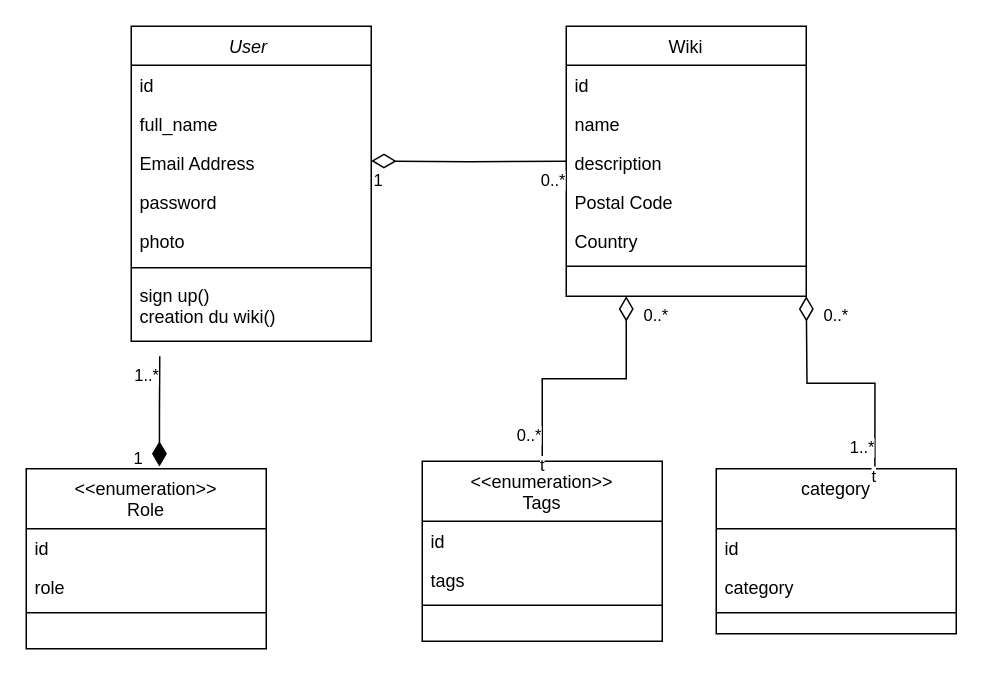
elouissi/gestion-des-wikis keeps this draw.io diagram as UML/Diagramme sans nom.drawio. Above is the earlier version. Source tidied: cells renumbered, new cells numbered last; positions are measured from the earlier drawing's top-left corner, leaving out a move shared by most shapes. Both pictures are drawn from the tidied source at 150%, with x=0, y=0 at pixel (26, 26).
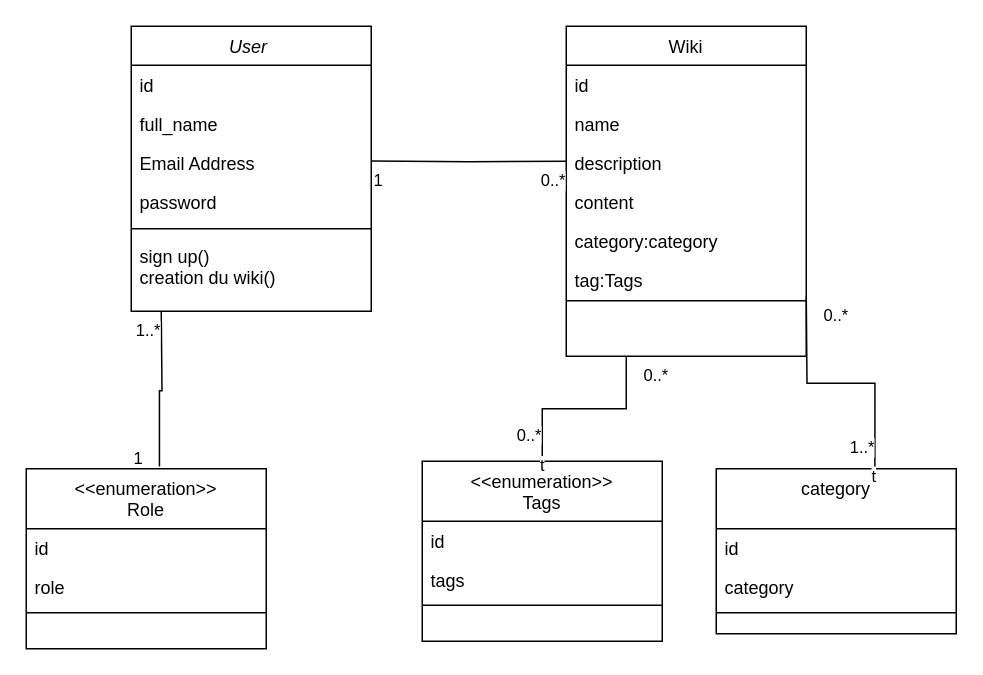
The same diagram, later.

Unchanged cells that the change refers to:
```xml
<mxCell id="10" value="&lt;&lt;enumeration&gt;&gt;&#10;Role" style="swimlane;fontStyle=0;align=center;verticalAlign=top;horizontal=1;startSize=40;rounded=0;shadow=0;strokeWidth=1;" parent="1" vertex="1">
  <mxGeometry y="295" width="160" height="120" as="geometry" />
</mxCell>
<mxCell id="21" value="&lt;&lt;enumeration&gt;&gt;&#10;Tags" style="swimlane;fontStyle=0;align=center;verticalAlign=top;horizontal=1;startSize=40;rounded=0;shadow=0;strokeWidth=1;" parent="1" vertex="1">
  <mxGeometry x="264" y="290" width="160" height="120" as="geometry" />
</mxCell>
<mxCell id="25" value="category" style="swimlane;fontStyle=0;align=center;verticalAlign=top;horizontal=1;startSize=40;rounded=0;shadow=0;strokeWidth=1;" parent="1" vertex="1">
  <mxGeometry x="460" y="295" width="160" height="110" as="geometry" />
</mxCell>
```

The edit, as a diff of the source:
```diff
@@
     <mxCell id="2" value="User " style="swimlane;fontStyle=2;align=center;verticalAlign=top;horizontal=1;startSize=26;rounded=0;shadow=0;strokeWidth=1;" parent="1" vertex="1">
-      <mxGeometry x="70" width="160" height="210" as="geometry" />
+      <mxGeometry x="70" width="160" height="190" as="geometry" />
     </mxCell>
@@
-    <mxCell id="7" value="photo" style="text;align=left;verticalAlign=top;spacingLeft=4;spacingRight=4;overflow=hidden;" parent="2" vertex="1">
-      <mxGeometry y="130" width="160" height="26" as="geometry" />
-    </mxCell>
     <mxCell id="8" style="line;html=1;strokeWidth=1;align=left;verticalAlign=middle;spacingTop=-1;spacingLeft=3;spacingRight=3;labelPosition=right;" parent="2" vertex="1">
-      <mxGeometry y="156" width="160" height="10" as="geometry" />
+      <mxGeometry y="130" width="160" height="10" as="geometry" />
     </mxCell>
     <mxCell id="9" value="sign up()&#10;creation du wiki()" style="text;align=left;verticalAlign=top;spacingLeft=4;spacingRight=4;overflow=hidden;rounded=0;shadow=0;html=0;" parent="2" vertex="1">
-      <mxGeometry y="166" width="160" height="44" as="geometry" />
+      <mxGeometry y="140" width="160" height="44" as="geometry" />
     </mxCell>
@@
     <mxCell id="14" value="Wiki" style="swimlane;fontStyle=0;align=center;verticalAlign=top;horizontal=1;startSize=26;rounded=0;shadow=0;strokeWidth=1;" parent="1" vertex="1">
-      <mxGeometry x="360" width="160" height="180" as="geometry" />
+      <mxGeometry x="360" width="160" height="220" as="geometry" />
     </mxCell>
@@
+    <mxCell id="43" value="content" style="text;align=left;verticalAlign=top;spacingLeft=4;spacingRight=4;overflow=hidden;rounded=0;shadow=0;html=0;" parent="14" vertex="1">
+      <mxGeometry y="104" width="160" height="26" as="geometry" />
+    </mxCell>
-    <mxCell id="18" value="Postal Code" style="text;align=left;verticalAlign=top;spacingLeft=4;spacingRight=4;overflow=hidden;rounded=0;shadow=0;html=0;" parent="14" vertex="1">
-      <mxGeometry y="104" width="160" height="26" as="geometry" />
+    <mxCell id="18" value="category:category" style="text;align=left;verticalAlign=top;spacingLeft=4;spacingRight=4;overflow=hidden;rounded=0;shadow=0;html=0;" parent="14" vertex="1">
+      <mxGeometry y="130" width="160" height="26" as="geometry" />
     </mxCell>
-    <mxCell id="19" value="Country" style="text;align=left;verticalAlign=top;spacingLeft=4;spacingRight=4;overflow=hidden;rounded=0;shadow=0;html=0;" parent="14" vertex="1">
-      <mxGeometry y="130" width="160" height="26" as="geometry" />
+    <mxCell id="19" value="tag:Tags" style="text;align=left;verticalAlign=top;spacingLeft=4;spacingRight=4;overflow=hidden;rounded=0;shadow=0;html=0;" parent="14" vertex="1">
+      <mxGeometry y="156" width="160" height="26" as="geometry" />
     </mxCell>
     <mxCell id="20" style="line;html=1;strokeWidth=1;align=left;verticalAlign=middle;spacingTop=-1;spacingLeft=3;spacingRight=3;labelPosition=right;" parent="14" vertex="1">
-      <mxGeometry y="156" width="160" height="8" as="geometry" />
+      <mxGeometry y="182" width="160" height="2" as="geometry" />
     </mxCell>
@@
-    <mxCell id="29" style="endArrow=none;html=1;endSize=12;startArrow=diamondThin;startSize=14;startFill=0;edgeStyle=orthogonalEdgeStyle;rounded=0;endFill=0;align=center;" parent="1" edge="1">
+    <mxCell id="29" style="endArrow=none;html=1;endSize=12;startArrow=none;startSize=14;startFill=0;edgeStyle=orthogonalEdgeStyle;rounded=0;endFill=0;align=center;" parent="1" edge="1">
       <mxGeometry relative="1" as="geometry">
         <mxPoint x="230" y="89.8" as="sourcePoint" />
         <mxPoint x="360" y="90" as="targetPoint" />
       </mxGeometry>
     </mxCell>
@@
-    <mxCell id="32" style="endArrow=none;html=1;endSize=12;startArrow=diamondThin;startSize=14;startFill=1;edgeStyle=orthogonalEdgeStyle;rounded=0;endFill=0;align=center;exitX=0.555;exitY=-0.012;exitDx=0;exitDy=0;exitPerimeter=0;" parent="1" edge="1" source="10">
+    <mxCell id="32" style="endArrow=none;html=1;endSize=12;startArrow=none;startSize=14;startFill=0;edgeStyle=orthogonalEdgeStyle;rounded=0;endFill=0;align=center;exitX=0.555;exitY=-0.012;exitDx=0;exitDy=0;exitPerimeter=0;" parent="1" edge="1" source="10">
       <mxGeometry relative="1" as="geometry">
-        <mxPoint x="89" y="220" as="targetPoint" />
+        <mxPoint x="90" y="190" as="targetPoint" />
       </mxGeometry>
     </mxCell>
@@
-    <mxCell id="35" style="endArrow=none;html=1;endSize=12;startArrow=diamondThin;startSize=14;startFill=0;edgeStyle=orthogonalEdgeStyle;rounded=0;endFill=0;align=center;exitX=0.25;exitY=1;exitDx=0;exitDy=0;entryX=0.5;entryY=0;entryDx=0;entryDy=0;" parent="1" edge="1" source="14" target="21">
+    <mxCell id="35" style="endArrow=none;html=1;endSize=12;startArrow=none;startSize=14;startFill=0;edgeStyle=orthogonalEdgeStyle;rounded=0;endFill=0;align=center;exitX=0.25;exitY=1;exitDx=0;exitDy=0;entryX=0.5;entryY=0;entryDx=0;entryDy=0;" parent="1" edge="1" source="14" target="21">
       <mxGeometry relative="1" as="geometry" />
     </mxCell>
@@
-    <mxCell id="39" style="endArrow=none;html=1;endSize=12;startArrow=diamondThin;startSize=14;startFill=0;edgeStyle=orthogonalEdgeStyle;rounded=0;endFill=0;align=center;entryX=0.661;entryY=0.023;entryDx=0;entryDy=0;entryPerimeter=0;" parent="1" edge="1" target="25">
+    <mxCell id="39" style="endArrow=none;html=1;endSize=12;startArrow=none;startSize=14;startFill=0;edgeStyle=orthogonalEdgeStyle;rounded=0;endFill=0;align=center;entryX=0.661;entryY=0.023;entryDx=0;entryDy=0;entryPerimeter=0;" parent="1" edge="1" target="25">
       <mxGeometry relative="1" as="geometry">
         <mxPoint x="520" y="180" as="sourcePoint" />
       </mxGeometry>
     </mxCell>
```
